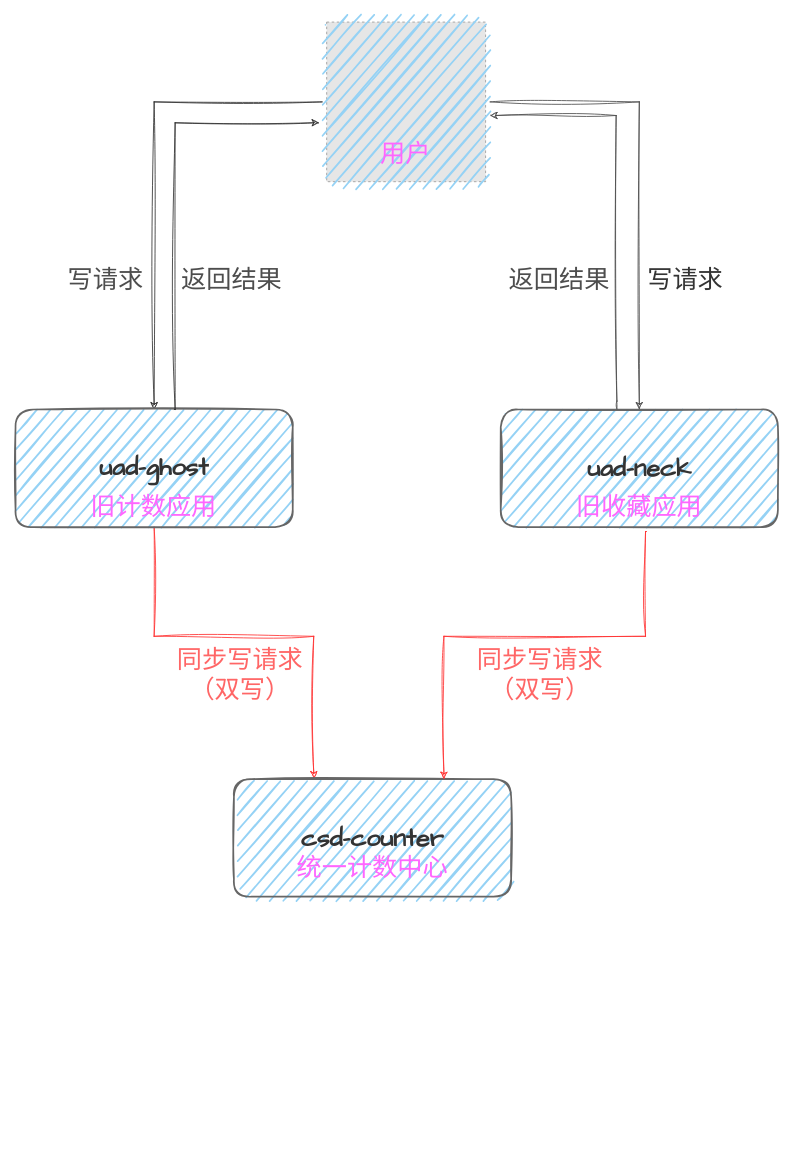
The draw.io diagram pictures/csd-counter双写.drawio in dimdark/my-drawio, before the edit. Source tidied: cells renumbered, new cells numbered last; positions are measured from the earlier drawing's top-left corner, leaving out a move shared by most shapes. Both pictures are drawn from the tidied source at 84%, with x=0, y=0 at pixel (15, 14). Pictures stored in the file or linked from it are replaced by grey dashed boxes.
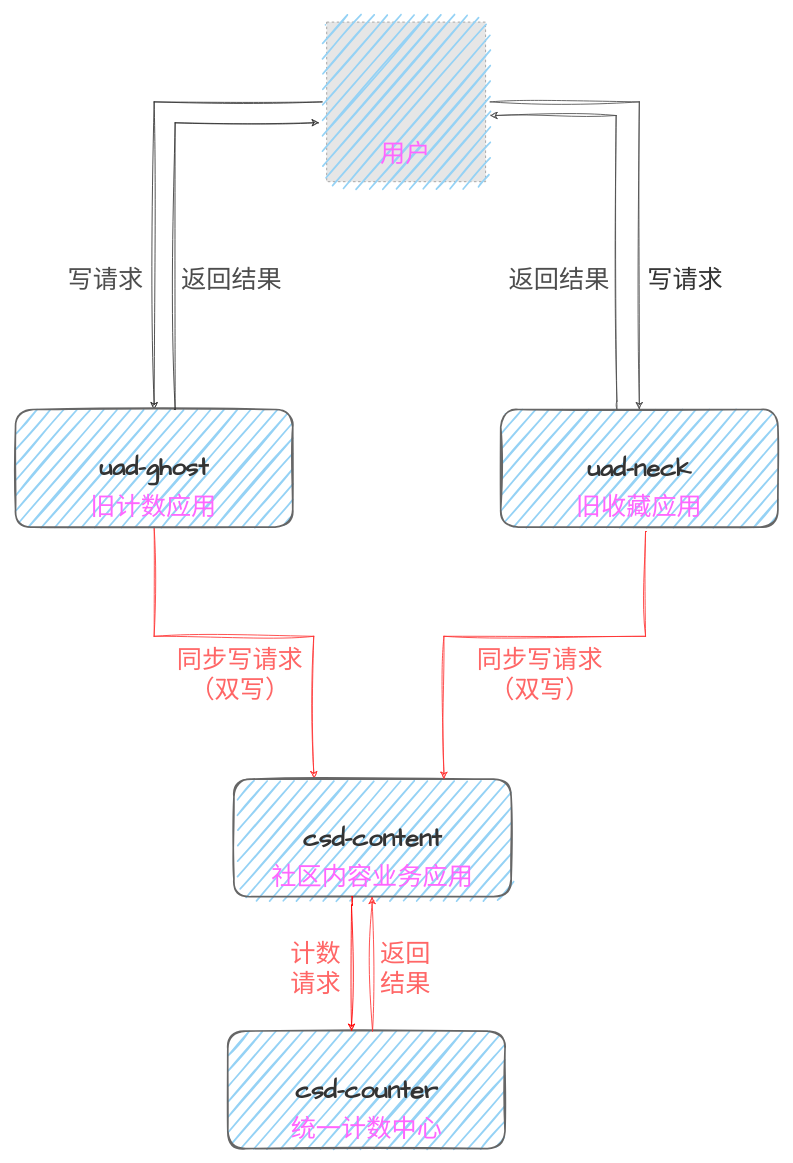
Above is the later version.

Change to the diagram source:
```diff
@@
-    <mxCell id="9" value="&lt;p style=&quot;line-height: 140%; font-size: 30px;&quot;&gt;&lt;font color=&quot;#333333&quot;&gt;&lt;b&gt;csd-counter&lt;/b&gt;&lt;/font&gt;&lt;/p&gt;" style="rounded=1;whiteSpace=wrap;html=1;shadow=0;glass=0;sketch=1;fillWeight=2;hachureGap=12;hachureAngle=-41;jiggle=1;curveFitting=1;simplification=0;strokeColor=#666666;strokeWidth=2;fontFamily=Architects Daughter;fontSize=30;fontColor=#666666;fillColor=#95D2F5;" parent="1" vertex="1">
+    <mxCell id="9" value="&lt;p style=&quot;line-height: 140%; font-size: 30px;&quot;&gt;&lt;font color=&quot;#333333&quot;&gt;&lt;b&gt;csd-content&lt;/b&gt;&lt;/font&gt;&lt;/p&gt;" style="rounded=1;whiteSpace=wrap;html=1;shadow=0;glass=0;sketch=1;fillWeight=2;hachureGap=12;hachureAngle=-41;jiggle=1;curveFitting=1;simplification=0;strokeColor=#666666;strokeWidth=2;fontFamily=Architects Daughter;fontSize=30;fontColor=#666666;fillColor=#95D2F5;" parent="1" vertex="1">
       <mxGeometry x="260" y="910" width="330" height="140" as="geometry" />
     </mxCell>
@@
-    <mxCell id="18" value="统一计数中心" style="text;html=1;strokeColor=none;fillColor=none;align=center;verticalAlign=middle;whiteSpace=wrap;rounded=0;sketch=1;fontSize=30;fontColor=#FF66FF;" parent="1" vertex="1">
-      <mxGeometry x="320" y="990" width="210" height="50" as="geometry" />
+    <mxCell id="18" value="社区内容业务应用" style="text;html=1;strokeColor=none;fillColor=none;align=center;verticalAlign=middle;whiteSpace=wrap;rounded=0;sketch=1;fontSize=30;fontColor=#FF66FF;" parent="1" vertex="1">
+      <mxGeometry x="300" y="1000" width="250" height="50" as="geometry" />
     </mxCell>
@@
+    <mxCell id="23" value="&lt;p style=&quot;line-height: 140%; font-size: 30px;&quot;&gt;&lt;font color=&quot;#333333&quot;&gt;&lt;b&gt;csd-counter&lt;/b&gt;&lt;/font&gt;&lt;/p&gt;" style="rounded=1;whiteSpace=wrap;html=1;shadow=0;glass=0;sketch=1;fillWeight=2;hachureGap=12;hachureAngle=-41;jiggle=1;curveFitting=1;simplification=0;strokeColor=#666666;strokeWidth=2;fontFamily=Architects Daughter;fontSize=30;fontColor=#666666;fillColor=#95D2F5;" parent="1" vertex="1">
+      <mxGeometry x="252.7" y="1210" width="330" height="140" as="geometry" />
+    </mxCell>
+    <mxCell id="24" style="edgeStyle=orthogonalEdgeStyle;rounded=0;sketch=1;hachureGap=4;jiggle=2;curveFitting=1;orthogonalLoop=1;jettySize=auto;html=1;fontFamily=Architects Daughter;fontSize=16;strokeColor=#FF0000;" parent="1" edge="1">
+      <mxGeometry relative="1" as="geometry">
+        <mxPoint x="400" y="1050" as="sourcePoint" />
+        <mxPoint x="400" y="1210" as="targetPoint" />
+        <Array as="points">
+          <mxPoint x="401" y="1060" />
+          <mxPoint x="400" y="1060" />
+        </Array>
+      </mxGeometry>
+    </mxCell>
+    <mxCell id="25" style="edgeStyle=orthogonalEdgeStyle;rounded=0;sketch=1;hachureGap=4;jiggle=2;curveFitting=1;orthogonalLoop=1;jettySize=auto;html=1;fontFamily=Architects Daughter;fontSize=16;endArrow=none;endFill=0;startArrow=classic;startFill=1;strokeColor=#FF3333;" parent="1" edge="1">
+      <mxGeometry relative="1" as="geometry">
+        <mxPoint x="424.5" y="1050" as="sourcePoint" />
+        <mxPoint x="425" y="1210" as="targetPoint" />
+        <Array as="points">
+          <mxPoint x="424.5" y="1050" />
+        </Array>
+      </mxGeometry>
+    </mxCell>
+    <mxCell id="26" value="统一计数中心" style="text;html=1;strokeColor=none;fillColor=none;align=center;verticalAlign=middle;whiteSpace=wrap;rounded=0;sketch=1;fontSize=30;fontColor=#FF66FF;" parent="1" vertex="1">
+      <mxGeometry x="312.7" y="1300" width="210" height="50" as="geometry" />
+    </mxCell>
+    <mxCell id="27" value="&lt;font color=&quot;#ff6666&quot;&gt;计数&lt;br&gt;请求&lt;/font&gt;" style="text;html=1;strokeColor=none;fillColor=none;align=center;verticalAlign=middle;whiteSpace=wrap;rounded=0;sketch=1;fontSize=30;fontColor=#4D4D4D;" parent="1" vertex="1">
+      <mxGeometry x="270" y="1110" width="175.4" height="50" as="geometry" />
+    </mxCell>
+    <mxCell id="28" value="&lt;font color=&quot;#ff6666&quot;&gt;返回&lt;br&gt;结果&lt;/font&gt;" style="text;html=1;strokeColor=none;fillColor=none;align=center;verticalAlign=middle;whiteSpace=wrap;rounded=0;sketch=1;fontSize=30;fontColor=#4D4D4D;" parent="1" vertex="1">
+      <mxGeometry x="377.3" y="1110" width="175.4" height="50" as="geometry" />
+    </mxCell>
```
